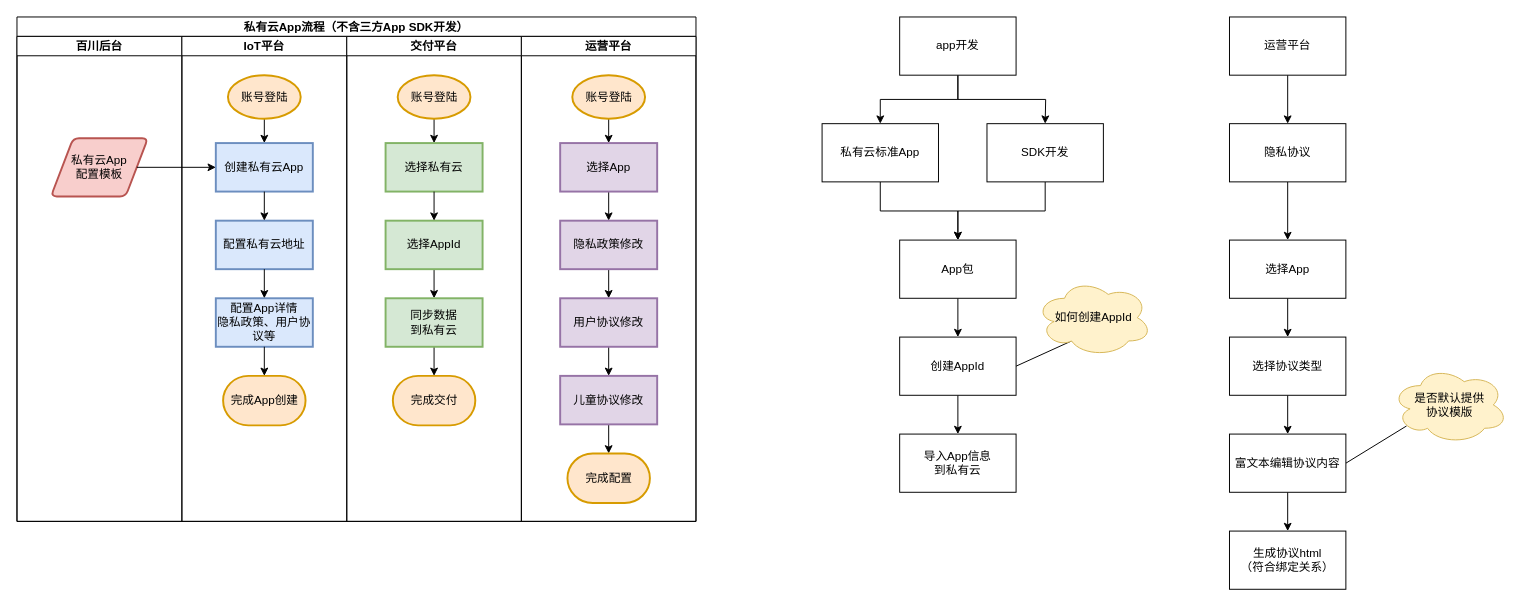
The draw.io diagram page "app开发流程" (2 of 2) of Cube_workflow.drawio in Sidamor/drawio, before the edit. Source tidied: cells renumbered, new cells numbered last; positions are measured from the earlier drawing's top-left corner, leaving out a move shared by most shapes. Both pictures are drawn from the tidied source at 97%, with x=0, y=0 at pixel (16, 16).
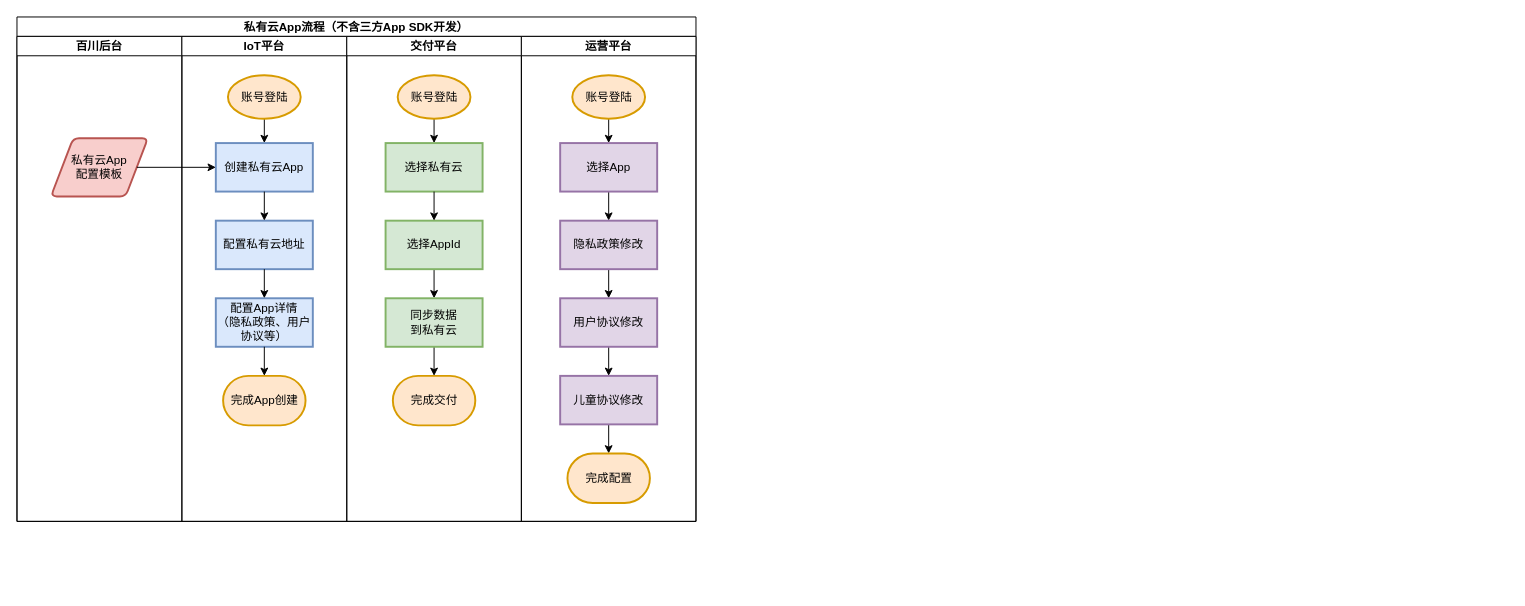
Above is the later version.

The change refers to these unchanged cells:
```xml
<mxCell id="32" value="IoT平台" style="swimlane;startSize=20;" parent="29" vertex="1">
  <mxGeometry x="170" y="20" width="170" height="500" as="geometry" />
</mxCell>
```

The edit, as a diff of the source:
```diff
@@
-    <mxCell id="2" style="edgeStyle=orthogonalEdgeStyle;rounded=0;jettySize=auto;html=1;" parent="1" edge="1" source="4" target="6">
-      <mxGeometry relative="1" as="geometry" />
-    </mxCell>
-    <mxCell id="3" style="edgeStyle=orthogonalEdgeStyle;rounded=0;jettySize=auto;html=1;exitX=0.5;exitY=1;exitDx=0;exitDy=0;" parent="1" edge="1" source="4">
-      <mxGeometry relative="1" as="geometry">
-        <mxPoint x="1060" y="110" as="targetPoint" />
-      </mxGeometry>
-    </mxCell>
-    <mxCell id="4" value="app开发" style="rounded=0;whiteSpace=wrap;html=1;" parent="1" vertex="1">
-      <mxGeometry x="910" width="120" height="60" as="geometry" />
-    </mxCell>
-    <mxCell id="5" style="edgeStyle=orthogonalEdgeStyle;rounded=0;jettySize=auto;html=1;exitX=0.5;exitY=1;exitDx=0;exitDy=0;entryX=0.5;entryY=0;entryDx=0;entryDy=0;" parent="1" edge="1" source="6" target="10">
-      <mxGeometry relative="1" as="geometry" />
-    </mxCell>
-    <mxCell id="6" value="私有云标准App" style="rounded=0;whiteSpace=wrap;html=1;" parent="1" vertex="1">
-      <mxGeometry x="830" y="110" width="120" height="60" as="geometry" />
-    </mxCell>
-    <mxCell id="7" style="edgeStyle=orthogonalEdgeStyle;rounded=0;jettySize=auto;html=1;" parent="1" edge="1" source="8" target="10">
-      <mxGeometry relative="1" as="geometry" />
-    </mxCell>
-    <mxCell id="8" value="SDK开发" style="rounded=0;whiteSpace=wrap;html=1;" parent="1" vertex="1">
-      <mxGeometry x="1000" y="110" width="120" height="60" as="geometry" />
-    </mxCell>
-    <mxCell id="9" style="edgeStyle=orthogonalEdgeStyle;rounded=0;jettySize=auto;html=1;" parent="1" edge="1" source="10" target="13">
-      <mxGeometry relative="1" as="geometry" />
-    </mxCell>
-    <mxCell id="10" value="App包" style="rounded=0;whiteSpace=wrap;html=1;" parent="1" vertex="1">
-      <mxGeometry x="910" y="230" width="120" height="60" as="geometry" />
-    </mxCell>
-    <mxCell id="11" style="edgeStyle=orthogonalEdgeStyle;rounded=0;jettySize=auto;html=1;" parent="1" edge="1" source="13" target="14">
-      <mxGeometry relative="1" as="geometry" />
-    </mxCell>
-    <mxCell id="12" style="rounded=0;jettySize=auto;html=1;exitX=1;exitY=0.5;exitDx=0;exitDy=0;entryX=0.31;entryY=0.8;entryDx=0;entryDy=0;entryPerimeter=0;endArrow=none;endFill=0;" parent="1" edge="1" source="13" target="27">
-      <mxGeometry relative="1" as="geometry" />
-    </mxCell>
-    <mxCell id="13" value="创建AppId" style="rounded=0;whiteSpace=wrap;html=1;" parent="1" vertex="1">
-      <mxGeometry x="910" y="330" width="120" height="60" as="geometry" />
-    </mxCell>
-    <mxCell id="14" value="导入App信息&lt;br&gt;到私有云" style="rounded=0;whiteSpace=wrap;html=1;" parent="1" vertex="1">
-      <mxGeometry x="910" y="430" width="120" height="60" as="geometry" />
-    </mxCell>
-    <mxCell id="15" style="edgeStyle=orthogonalEdgeStyle;rounded=0;jettySize=auto;html=1;" parent="1" edge="1" source="16" target="18">
-      <mxGeometry relative="1" as="geometry" />
-    </mxCell>
-    <mxCell id="16" value="运营平台" style="rounded=0;whiteSpace=wrap;html=1;" parent="1" vertex="1">
-      <mxGeometry x="1250" width="120" height="60" as="geometry" />
-    </mxCell>
-    <mxCell id="17" style="edgeStyle=orthogonalEdgeStyle;rounded=0;jettySize=auto;html=1;" parent="1" edge="1" source="18" target="20">
-      <mxGeometry relative="1" as="geometry" />
-    </mxCell>
-    <mxCell id="18" value="隐私协议" style="rounded=0;whiteSpace=wrap;html=1;" parent="1" vertex="1">
-      <mxGeometry x="1250" y="110" width="120" height="60" as="geometry" />
-    </mxCell>
-    <mxCell id="19" style="edgeStyle=orthogonalEdgeStyle;rounded=0;jettySize=auto;html=1;" parent="1" edge="1" source="20" target="22">
-      <mxGeometry relative="1" as="geometry" />
-    </mxCell>
-    <mxCell id="20" value="选择App" style="rounded=0;whiteSpace=wrap;html=1;" parent="1" vertex="1">
-      <mxGeometry x="1250" y="230" width="120" height="60" as="geometry" />
-    </mxCell>
-    <mxCell id="21" style="edgeStyle=orthogonalEdgeStyle;rounded=0;jettySize=auto;html=1;" parent="1" edge="1" source="22" target="25">
-      <mxGeometry relative="1" as="geometry" />
-    </mxCell>
-    <mxCell id="22" value="选择协议类型" style="rounded=0;whiteSpace=wrap;html=1;" parent="1" vertex="1">
-      <mxGeometry x="1250" y="330" width="120" height="60" as="geometry" />
-    </mxCell>
-    <mxCell id="23" style="edgeStyle=orthogonalEdgeStyle;rounded=0;jettySize=auto;html=1;" parent="1" edge="1" source="25" target="26">
-      <mxGeometry relative="1" as="geometry" />
-    </mxCell>
-    <mxCell id="24" style="edgeStyle=none;rounded=0;jettySize=auto;html=1;exitX=1;exitY=0.5;exitDx=0;exitDy=0;entryX=0.13;entryY=0.77;entryDx=0;entryDy=0;entryPerimeter=0;endArrow=none;endFill=0;" parent="1" edge="1" source="25" target="28">
-      <mxGeometry relative="1" as="geometry" />
-    </mxCell>
-    <mxCell id="25" value="富文本编辑协议内容" style="rounded=0;whiteSpace=wrap;html=1;" parent="1" vertex="1">
-      <mxGeometry x="1250" y="430" width="120" height="60" as="geometry" />
-    </mxCell>
-    <mxCell id="26" value="生成协议html&lt;br&gt;（符合绑定关系）" style="rounded=0;whiteSpace=wrap;html=1;" parent="1" vertex="1">
-      <mxGeometry x="1250" y="530" width="120" height="60" as="geometry" />
-    </mxCell>
-    <mxCell id="27" value="如何创建AppId" style="ellipse;shape=cloud;whiteSpace=wrap;html=1;fillColor=#fff2cc;strokeColor=#d6b656;" parent="1" vertex="1">
-      <mxGeometry x="1050" y="270" width="120" height="80" as="geometry" />
-    </mxCell>
-    <mxCell id="28" value="是否默认提供&lt;br&gt;协议模版" style="ellipse;shape=cloud;whiteSpace=wrap;html=1;fillColor=#fff2cc;strokeColor=#d6b656;" parent="1" vertex="1">
-      <mxGeometry x="1417" y="360" width="120" height="80" as="geometry" />
-    </mxCell>
@@
-    <mxCell id="38" value="配置App详情&lt;br&gt;隐私政策、用户协议等" style="whiteSpace=wrap;html=1;fillColor=#dae8fc;strokeColor=#6c8ebf;strokeWidth=2;" parent="32" vertex="1">
+    <mxCell id="38" value="配置App详情&lt;br&gt;（隐私政策、用户协议等）" style="whiteSpace=wrap;html=1;fillColor=#dae8fc;strokeColor=#6c8ebf;strokeWidth=2;" parent="32" vertex="1">
       <mxGeometry x="35" y="270" width="100" height="50" as="geometry" />
     </mxCell>
```
